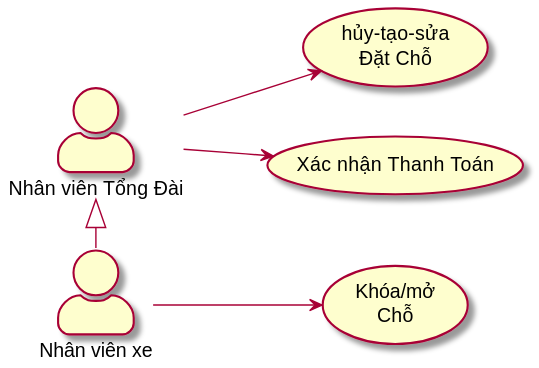
Before: Documents/working/Giap/usecases_and_flow_charts/Buss_cases.svg, a diagram exported from PlantUML (tungdduy/funixCP).
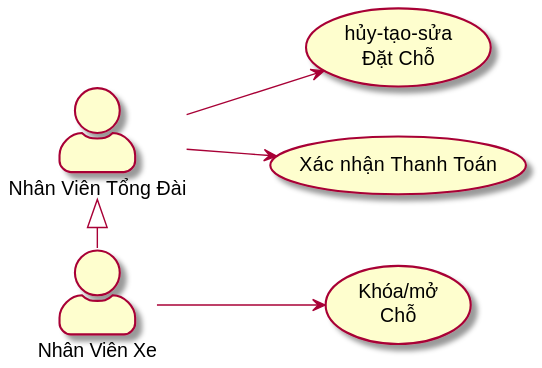
The same diagram one commit later.

The edit, as a diff of the source:
```diff
@@ -2,8 +2,8 @@
 
 left to right direction
 skinparam actorStyle awesome
-:Nhân viên Tổng Đài: as c
-:Nhân viên xe: as b
+:Nhân Viên Tổng Đài: as c
+:Nhân Viên Xe: as b
 
 b --> (Khóa/mở\nChỗ)
 c --> (hủy-tạo-sửa\nĐặt Chỗ)
```
